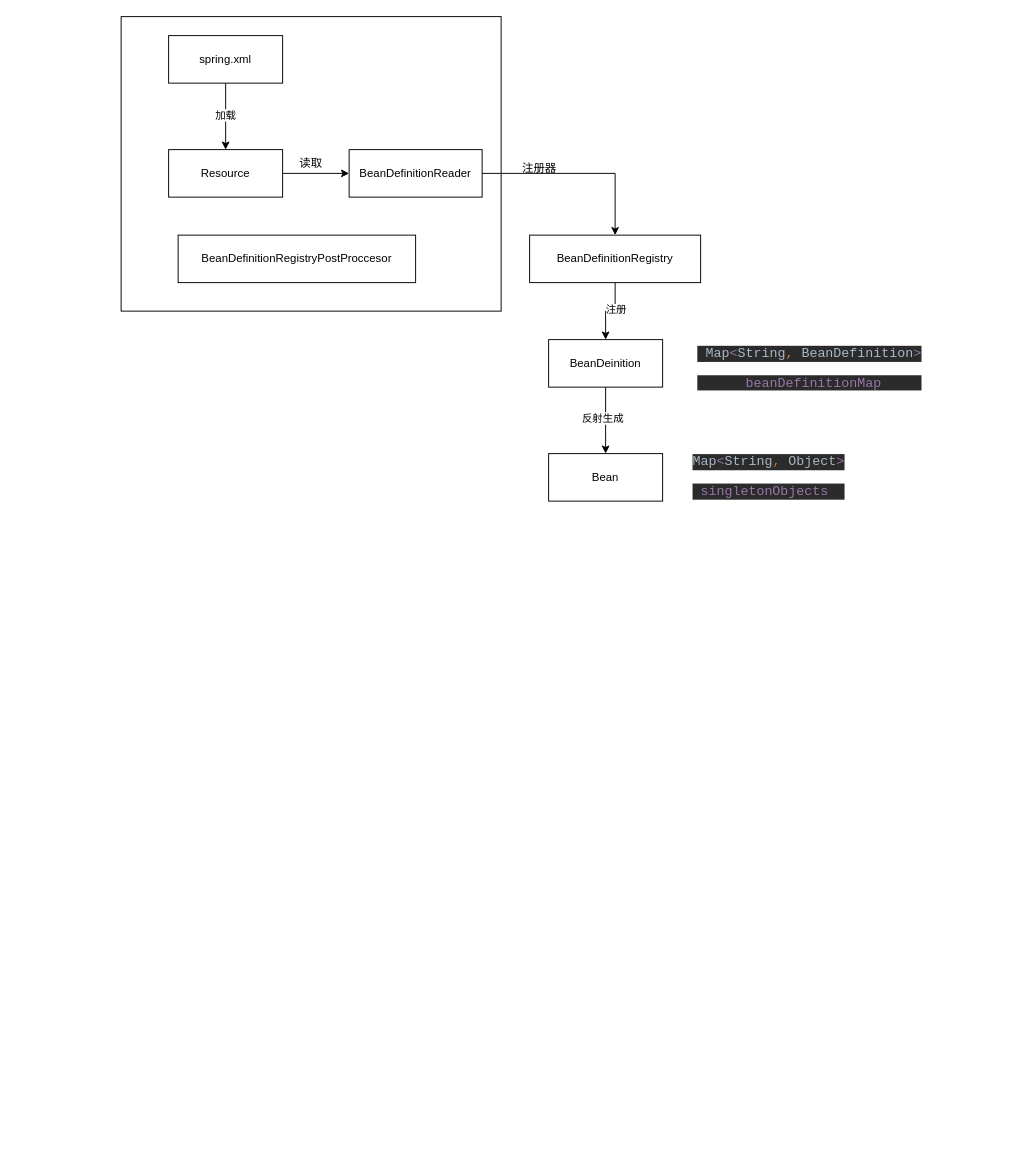
Earlier version of the draw.io diagram diagrams/未命名绘图.drawio (liusanmu/liusanmu.github.io). Source tidied: cells renumbered, new cells numbered last; positions are measured from the earlier drawing's top-left corner, leaving out a move shared by most shapes. Both pictures are drawn from the tidied source at 95%, with x=0, y=0 at pixel (121, 16).
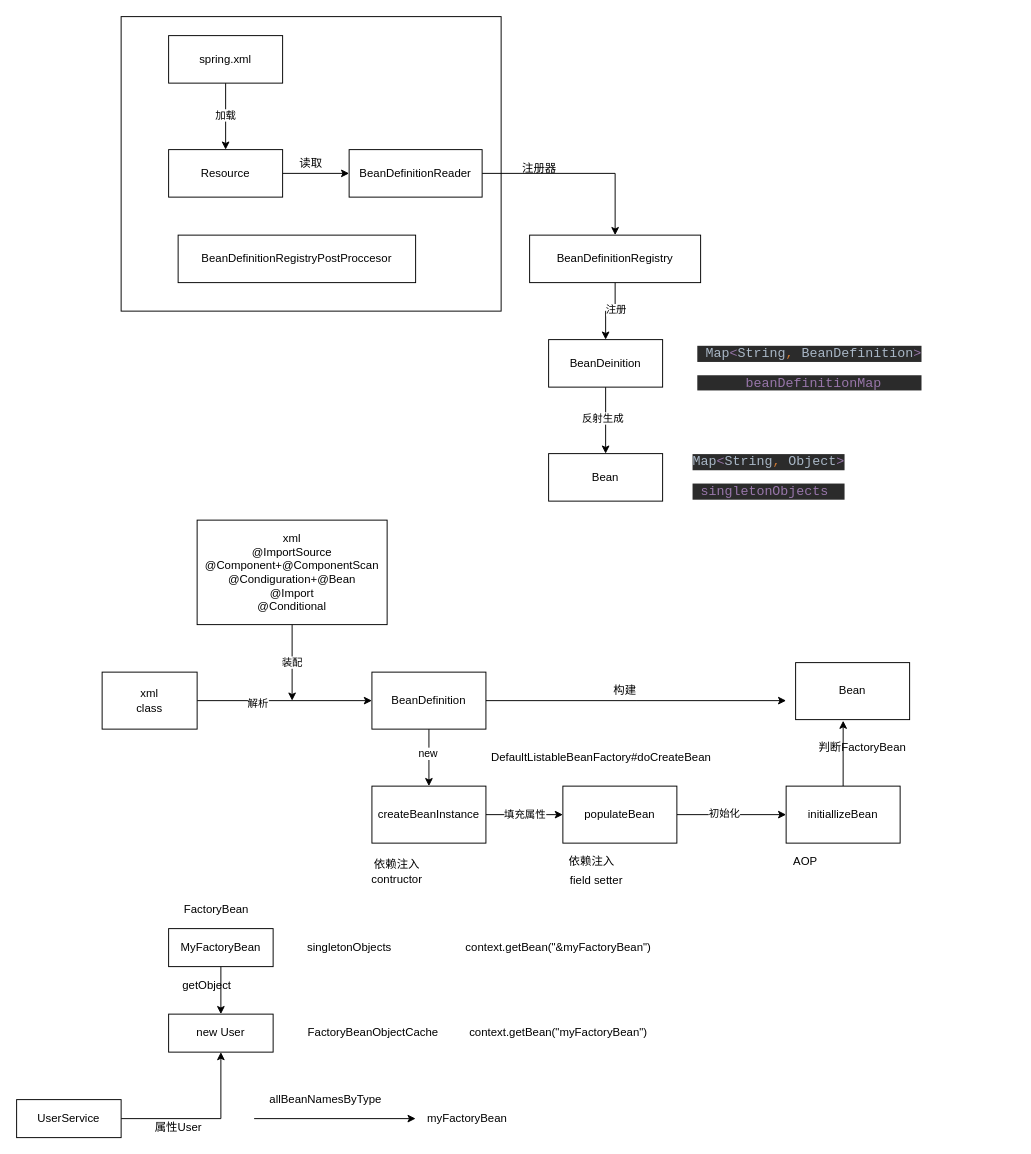
Above is the later version.

Diff of the diagram source:
```diff
@@
+    <mxCell id="21" value="装配" style="edgeStyle=orthogonalEdgeStyle;rounded=0;jettySize=auto;html=1;exitX=0.5;exitY=1;exitDx=0;exitDy=0;" parent="1" edge="1" source="22">
+      <mxGeometry relative="1" as="geometry">
+        <mxPoint x="180" y="720" as="targetPoint" />
+      </mxGeometry>
+    </mxCell>
+    <mxCell id="22" value="xml&lt;br&gt;@ImportSource&lt;br&gt;@Component+@ComponentScan&lt;br&gt;@Condiguration+@Bean&lt;br&gt;@Import&lt;br&gt;@Conditional&lt;br&gt;" style="rounded=0;whiteSpace=wrap;html=1;" parent="1" vertex="1">
+      <mxGeometry x="80" y="530" width="200" height="110" as="geometry" />
+    </mxCell>
+    <mxCell id="23" style="edgeStyle=orthogonalEdgeStyle;rounded=0;jettySize=auto;html=1;exitX=1;exitY=0.5;exitDx=0;exitDy=0;" parent="1" edge="1" source="25" target="29">
+      <mxGeometry relative="1" as="geometry" />
+    </mxCell>
+    <mxCell id="24" value="解析" style="edgeLabel;html=1;align=center;verticalAlign=middle;" parent="23" vertex="1">
+      <mxGeometry x="-0.31" y="-2" relative="1" as="geometry" />
+    </mxCell>
+    <mxCell id="25" value="xml&lt;br&gt;class" style="rounded=0;whiteSpace=wrap;html=1;" parent="1" vertex="1">
+      <mxGeometry x="-20" y="690" width="100" height="60" as="geometry" />
+    </mxCell>
+    <mxCell id="26" style="edgeStyle=orthogonalEdgeStyle;rounded=0;jettySize=auto;html=1;exitX=0.5;exitY=1;exitDx=0;exitDy=0;entryX=0.5;entryY=0;entryDx=0;entryDy=0;" parent="1" edge="1" source="29" target="33">
+      <mxGeometry relative="1" as="geometry" />
+    </mxCell>
+    <mxCell id="27" value="new" style="edgeLabel;html=1;align=center;verticalAlign=middle;" parent="26" vertex="1">
+      <mxGeometry x="-0.18" y="-2" relative="1" as="geometry" />
+    </mxCell>
+    <mxCell id="28" style="edgeStyle=orthogonalEdgeStyle;rounded=0;jettySize=auto;html=1;" parent="1" edge="1" source="29">
+      <mxGeometry relative="1" as="geometry">
+        <mxPoint x="700" y="720" as="targetPoint" />
+      </mxGeometry>
+    </mxCell>
+    <mxCell id="29" value="BeanDefinition" style="rounded=0;whiteSpace=wrap;html=1;" parent="1" vertex="1">
+      <mxGeometry x="264" y="690" width="120" height="60" as="geometry" />
+    </mxCell>
+    <mxCell id="30" value="Bean" style="rounded=0;whiteSpace=wrap;html=1;" parent="1" vertex="1">
+      <mxGeometry x="710" y="680" width="120" height="60" as="geometry" />
+    </mxCell>
+    <mxCell id="31" style="edgeStyle=orthogonalEdgeStyle;rounded=0;jettySize=auto;html=1;exitX=1;exitY=0.5;exitDx=0;exitDy=0;entryX=0;entryY=0.5;entryDx=0;entryDy=0;" parent="1" edge="1" source="33" target="36">
+      <mxGeometry relative="1" as="geometry" />
+    </mxCell>
+    <mxCell id="32" value="填充属性" style="edgeLabel;html=1;align=center;verticalAlign=middle;" parent="31" vertex="1">
+      <mxGeometry x="-0.01" y="1" relative="1" as="geometry" />
+    </mxCell>
+    <mxCell id="33" value="createBeanInstance" style="rounded=0;whiteSpace=wrap;html=1;" parent="1" vertex="1">
+      <mxGeometry x="264" y="810" width="120" height="60" as="geometry" />
+    </mxCell>
+    <mxCell id="34" style="edgeStyle=orthogonalEdgeStyle;rounded=0;jettySize=auto;html=1;exitX=1;exitY=0.5;exitDx=0;exitDy=0;entryX=0;entryY=0.5;entryDx=0;entryDy=0;" parent="1" edge="1" source="36" target="38">
+      <mxGeometry relative="1" as="geometry" />
+    </mxCell>
+    <mxCell id="35" value="初始化" style="edgeLabel;html=1;align=center;verticalAlign=middle;" parent="34" vertex="1">
+      <mxGeometry x="-0.14" y="2" relative="1" as="geometry" />
+    </mxCell>
+    <mxCell id="36" value="populateBean" style="rounded=0;whiteSpace=wrap;html=1;" parent="1" vertex="1">
+      <mxGeometry x="465" y="810" width="120" height="60" as="geometry" />
+    </mxCell>
+    <mxCell id="37" style="edgeStyle=orthogonalEdgeStyle;rounded=0;jettySize=auto;html=1;exitX=0.5;exitY=0;exitDx=0;exitDy=0;entryX=0.417;entryY=1.019;entryDx=0;entryDy=0;entryPerimeter=0;" parent="1" edge="1" source="38" target="30">
+      <mxGeometry relative="1" as="geometry" />
+    </mxCell>
+    <mxCell id="38" value="initiallizeBean" style="rounded=0;whiteSpace=wrap;html=1;" parent="1" vertex="1">
+      <mxGeometry x="700" y="810" width="120" height="60" as="geometry" />
+    </mxCell>
+    <mxCell id="39" value="依赖注入" style="text;html=1;align=center;verticalAlign=middle;" parent="1" vertex="1">
+      <mxGeometry x="465" y="880" width="60" height="20" as="geometry" />
+    </mxCell>
+    <mxCell id="40" value="field setter" style="text;html=1;align=center;verticalAlign=middle;" parent="1" vertex="1">
+      <mxGeometry x="465" y="900" width="70" height="20" as="geometry" />
+    </mxCell>
+    <mxCell id="41" value="依赖注入&lt;br&gt;contructor" style="text;html=1;align=center;verticalAlign=middle;" parent="1" vertex="1">
+      <mxGeometry x="255" y="885" width="70" height="30" as="geometry" />
+    </mxCell>
+    <mxCell id="42" value="AOP" style="text;html=1;align=center;verticalAlign=middle;" parent="1" vertex="1">
+      <mxGeometry x="700" y="880" width="40" height="20" as="geometry" />
+    </mxCell>
+    <mxCell id="43" value="DefaultListableBeanFactory#doCreateBean" style="text;html=1;align=center;verticalAlign=middle;" parent="1" vertex="1">
+      <mxGeometry x="380" y="770" width="250" height="20" as="geometry" />
+    </mxCell>
+    <mxCell id="44" value="构建" style="text;html=1;align=center;verticalAlign=middle;" parent="1" vertex="1">
+      <mxGeometry x="510" y="700" width="40" height="20" as="geometry" />
+    </mxCell>
+    <mxCell id="45" value="判断FactoryBean" style="text;html=1;align=center;verticalAlign=middle;" parent="1" vertex="1">
+      <mxGeometry x="725" y="760" width="110" height="20" as="geometry" />
+    </mxCell>
+    <mxCell id="46" style="edgeStyle=orthogonalEdgeStyle;rounded=0;jettySize=auto;html=1;exitX=0.5;exitY=1;exitDx=0;exitDy=0;entryX=0.5;entryY=0;entryDx=0;entryDy=0;" parent="1" edge="1" source="47" target="48">
+      <mxGeometry relative="1" as="geometry" />
+    </mxCell>
+    <mxCell id="47" value="MyFactoryBean" style="rounded=0;whiteSpace=wrap;html=1;" parent="1" vertex="1">
+      <mxGeometry x="50" y="960" width="110" height="40" as="geometry" />
+    </mxCell>
+    <mxCell id="48" value="new User" style="rounded=0;whiteSpace=wrap;html=1;" parent="1" vertex="1">
+      <mxGeometry x="50" y="1050" width="110" height="40" as="geometry" />
+    </mxCell>
+    <mxCell id="49" style="edgeStyle=orthogonalEdgeStyle;rounded=0;jettySize=auto;html=1;exitX=1;exitY=0.5;exitDx=0;exitDy=0;entryX=0.5;entryY=1;entryDx=0;entryDy=0;" parent="1" edge="1" source="50" target="48">
+      <mxGeometry relative="1" as="geometry" />
+    </mxCell>
+    <mxCell id="50" value="UserService" style="rounded=0;whiteSpace=wrap;html=1;" parent="1" vertex="1">
+      <mxGeometry x="-110" y="1140" width="110" height="40" as="geometry" />
+    </mxCell>
+    <mxCell id="51" value="FactoryBean" style="text;html=1;align=center;verticalAlign=middle;" parent="1" vertex="1">
+      <mxGeometry x="60" y="930" width="80" height="20" as="geometry" />
+    </mxCell>
+    <mxCell id="52" value="属性User" style="text;html=1;align=center;verticalAlign=middle;" parent="1" vertex="1">
+      <mxGeometry x="30" y="1160" width="60" height="20" as="geometry" />
+    </mxCell>
+    <mxCell id="53" value="getObject" style="text;html=1;align=center;verticalAlign=middle;" parent="1" vertex="1">
+      <mxGeometry x="55" y="1010" width="70" height="20" as="geometry" />
+    </mxCell>
+    <mxCell id="54" style="endArrow=classic;html=1;" parent="1" edge="1">
+      <mxGeometry relative="1" as="geometry">
+        <mxPoint x="140" y="1160" as="sourcePoint" />
+        <mxPoint x="310" y="1160" as="targetPoint" />
+      </mxGeometry>
+    </mxCell>
+    <mxCell id="55" value="allBeanNamesByType" style="text;html=1;align=center;verticalAlign=middle;" parent="1" vertex="1">
+      <mxGeometry x="150" y="1130" width="130" height="20" as="geometry" />
+    </mxCell>
+    <mxCell id="56" value="myFactoryBean" style="text;html=1;align=center;verticalAlign=middle;" parent="1" vertex="1">
+      <mxGeometry x="314" y="1150" width="100" height="20" as="geometry" />
+    </mxCell>
+    <mxCell id="57" value="FactoryBeanObjectCache" style="text;html=1;align=center;verticalAlign=middle;" parent="1" vertex="1">
+      <mxGeometry x="190" y="1060" width="150" height="20" as="geometry" />
+    </mxCell>
+    <mxCell id="58" value="context.getBean(&quot;myFactoryBean&quot;)" style="text;html=1;align=center;verticalAlign=middle;" parent="1" vertex="1">
+      <mxGeometry x="360" y="1060" width="200" height="20" as="geometry" />
+    </mxCell>
+    <mxCell id="59" value="singletonObjects" style="text;html=1;align=center;verticalAlign=middle;" parent="1" vertex="1">
+      <mxGeometry x="190" y="970" width="100" height="20" as="geometry" />
+    </mxCell>
+    <mxCell id="60" value="context.getBean(&quot;&amp;amp;myFactoryBean&quot;)" style="text;html=1;align=center;verticalAlign=middle;" parent="1" vertex="1">
+      <mxGeometry x="355" y="970" width="210" height="20" as="geometry" />
+    </mxCell>
```
